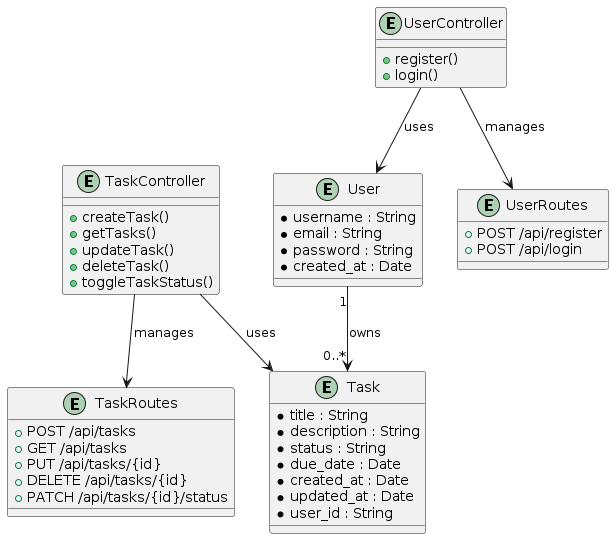
Above: backend/sketch-project-diagram.png in burakzaferozcan/task-manager-mevn-stack (PlantUML), before the change. Its diagram source:
```plantuml
@startuml

entity User {
  *username : String
  *email : String
  *password : String
  *created_at : Date
}

entity Task {
  *title : String
  *description : String
  *status : String
  *due_date : Date
  *created_at : Date
  *updated_at : Date
  *user_id : String
}

User "1" --> "0..*" Task : owns

entity UserController {
  +register()
  +login()
}

entity TaskController {
  +createTask()
  +getTasks()
  +updateTask()
  +deleteTask()
  +toggleTaskStatus()
}

entity UserRoutes {
  +POST /api/register
  +POST /api/login
}

entity TaskRoutes {
  +POST /api/tasks
  +GET /api/tasks
  +PUT /api/tasks/{id}
  +DELETE /api/tasks/{id}
  +PATCH /api/tasks/{id}/status
}

UserController --> UserRoutes : manages
TaskController --> TaskRoutes : manages

UserController --> User : uses
TaskController --> Task : uses

@enduml
```
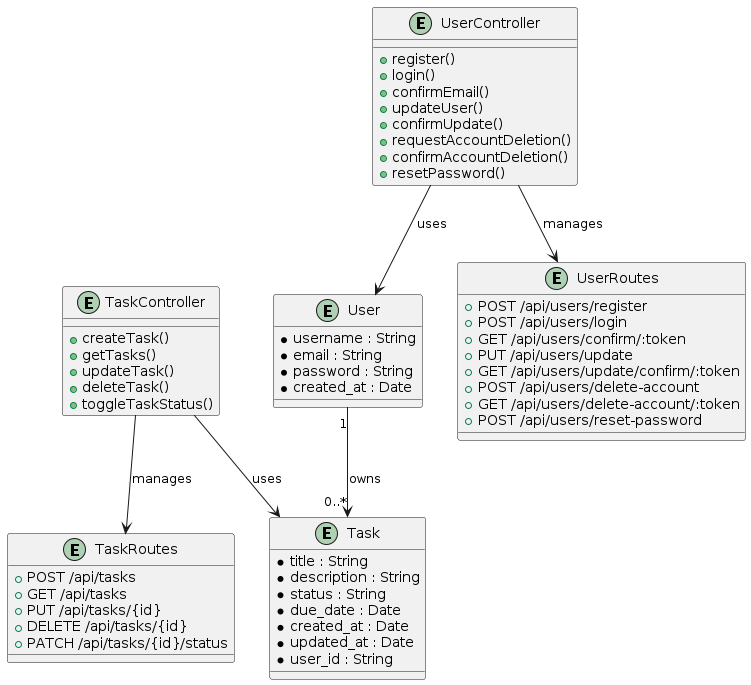
Above is the later version.

Commit message:
[#4]: back-end user authentication processes completed and forgot password function added

Change to the diagram source:
```diff
@@ -1,48 +1,60 @@
 @startuml
 
 entity User {
-  *username : String
-  *email : String
-  *password : String
-  *created_at : Date
+*username : String
+*email : String
+*password : String
+*created_at : Date
 }
 
 entity Task {
-  *title : String
-  *description : String
-  *status : String
-  *due_date : Date
-  *created_at : Date
-  *updated_at : Date
-  *user_id : String
+*title : String
+*description : String
+*status : String
+*due_date : Date
+*created_at : Date
+*updated_at : Date
+*user_id : String
 }
 
 User "1" --> "0..*" Task : owns
 
 entity UserController {
-  +register()
-  +login()
++register()
++login()
++confirmEmail()
++updateUser()
++confirmUpdate()
++requestAccountDeletion()
++confirmAccountDeletion()
++resetPassword()
 }
 
 entity TaskController {
-  +createTask()
-  +getTasks()
-  +updateTask()
-  +deleteTask()
-  +toggleTaskStatus()
++createTask()
++getTasks()
++updateTask()
++deleteTask()
++toggleTaskStatus()
 }
 
 entity UserRoutes {
-  +POST /api/register
-  +POST /api/login
++POST /api/users/register
++POST /api/users/login
++GET /api/users/confirm/:token
++PUT /api/users/update
++GET /api/users/update/confirm/:token
++POST /api/users/delete-account
++GET /api/users/delete-account/:token
++POST /api/users/reset-password
 }
 
 entity TaskRoutes {
-  +POST /api/tasks
-  +GET /api/tasks
-  +PUT /api/tasks/{id}
-  +DELETE /api/tasks/{id}
-  +PATCH /api/tasks/{id}/status
++POST /api/tasks
++GET /api/tasks
++PUT /api/tasks/{id}
++DELETE /api/tasks/{id}
++PATCH /api/tasks/{id}/status
 }
 
 UserController --> UserRoutes : manages
```
